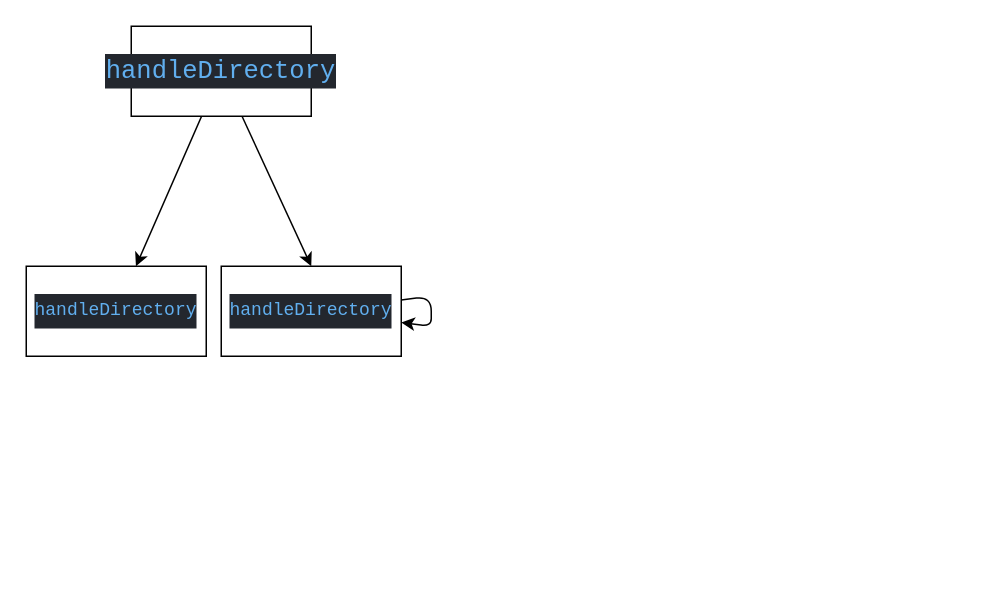
rise1223/demo keeps this draw.io diagram as test.dio. Above is the earlier version. Source tidied: cells renumbered, new cells numbered last; positions are measured from the earlier drawing's top-left corner, leaving out a move shared by most shapes. Both pictures are drawn from the tidied source at 150%, with x=0, y=0 at pixel (26, 26).
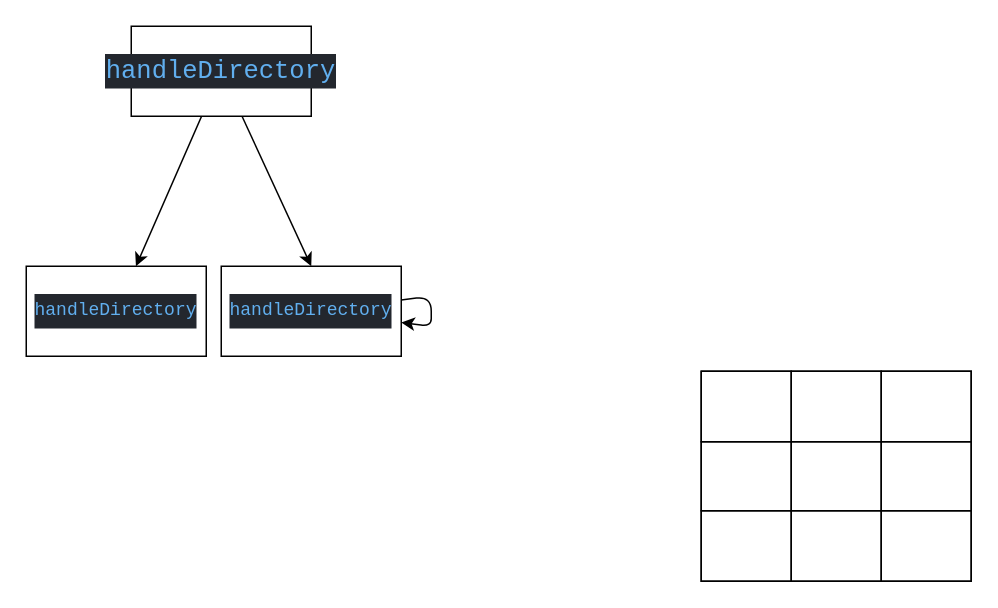
Above is the later version.

The edit, as a diff of the source:
```diff
@@
+    <mxCell id="8" style="childLayout=tableLayout;shadow=0;fillColor=none;" parent="1" vertex="1">
+      <mxGeometry x="450" y="230" width="180" height="140" as="geometry" />
+    </mxCell>
+    <mxCell id="9" style="shape=tableRow;horizontal=0;startSize=0;swimlaneHead=0;swimlaneBody=0;top=0;left=0;bottom=0;right=0;fontStyle=0;fillColor=none;strokeColor=inherit;" parent="8" vertex="1">
+      <mxGeometry width="180" height="47" as="geometry" />
+    </mxCell>
+    <mxCell id="10" style="strokeColor=inherit;fillColor=none;align=center;whiteSpace=wrap;html=1;" parent="9" vertex="1">
+      <mxGeometry width="60" height="47" as="geometry" />
+    </mxCell>
+    <mxCell id="11" style="strokeColor=inherit;fillColor=none;align=center;whiteSpace=wrap;html=1;" parent="9" vertex="1">
+      <mxGeometry x="60" width="60" height="47" as="geometry" />
+    </mxCell>
+    <mxCell id="12" style="strokeColor=inherit;fillColor=none;align=center;whiteSpace=wrap;html=1;" parent="9" vertex="1">
+      <mxGeometry x="120" width="60" height="47" as="geometry" />
+    </mxCell>
+    <mxCell id="13" style="shape=tableRow;horizontal=0;startSize=0;swimlaneHead=0;swimlaneBody=0;top=0;left=0;bottom=0;right=0;fontStyle=0;fillColor=none;strokeColor=inherit;" parent="8" vertex="1">
+      <mxGeometry y="47" width="180" height="46" as="geometry" />
+    </mxCell>
+    <mxCell id="14" style="strokeColor=inherit;fillColor=none;align=center;whiteSpace=wrap;html=1;" parent="13" vertex="1">
+      <mxGeometry width="60" height="46" as="geometry" />
+    </mxCell>
+    <mxCell id="15" style="strokeColor=inherit;fillColor=none;align=center;whiteSpace=wrap;html=1;" parent="13" vertex="1">
+      <mxGeometry x="60" width="60" height="46" as="geometry" />
+    </mxCell>
+    <mxCell id="16" style="strokeColor=inherit;fillColor=none;align=center;whiteSpace=wrap;html=1;" parent="13" vertex="1">
+      <mxGeometry x="120" width="60" height="46" as="geometry" />
+    </mxCell>
+    <mxCell id="17" style="shape=tableRow;horizontal=0;startSize=0;swimlaneHead=0;swimlaneBody=0;top=0;left=0;bottom=0;right=0;fontStyle=0;fillColor=none;strokeColor=inherit;" parent="8" vertex="1">
+      <mxGeometry y="93" width="180" height="47" as="geometry" />
+    </mxCell>
+    <mxCell id="18" style="strokeColor=inherit;fillColor=none;align=center;whiteSpace=wrap;html=1;" parent="17" vertex="1">
+      <mxGeometry width="60" height="47" as="geometry" />
+    </mxCell>
+    <mxCell id="19" style="strokeColor=inherit;fillColor=none;align=center;whiteSpace=wrap;html=1;" parent="17" vertex="1">
+      <mxGeometry x="60" width="60" height="47" as="geometry" />
+    </mxCell>
+    <mxCell id="20" style="strokeColor=inherit;fillColor=none;align=center;whiteSpace=wrap;html=1;" parent="17" vertex="1">
+      <mxGeometry x="120" width="60" height="47" as="geometry" />
+    </mxCell>
```
